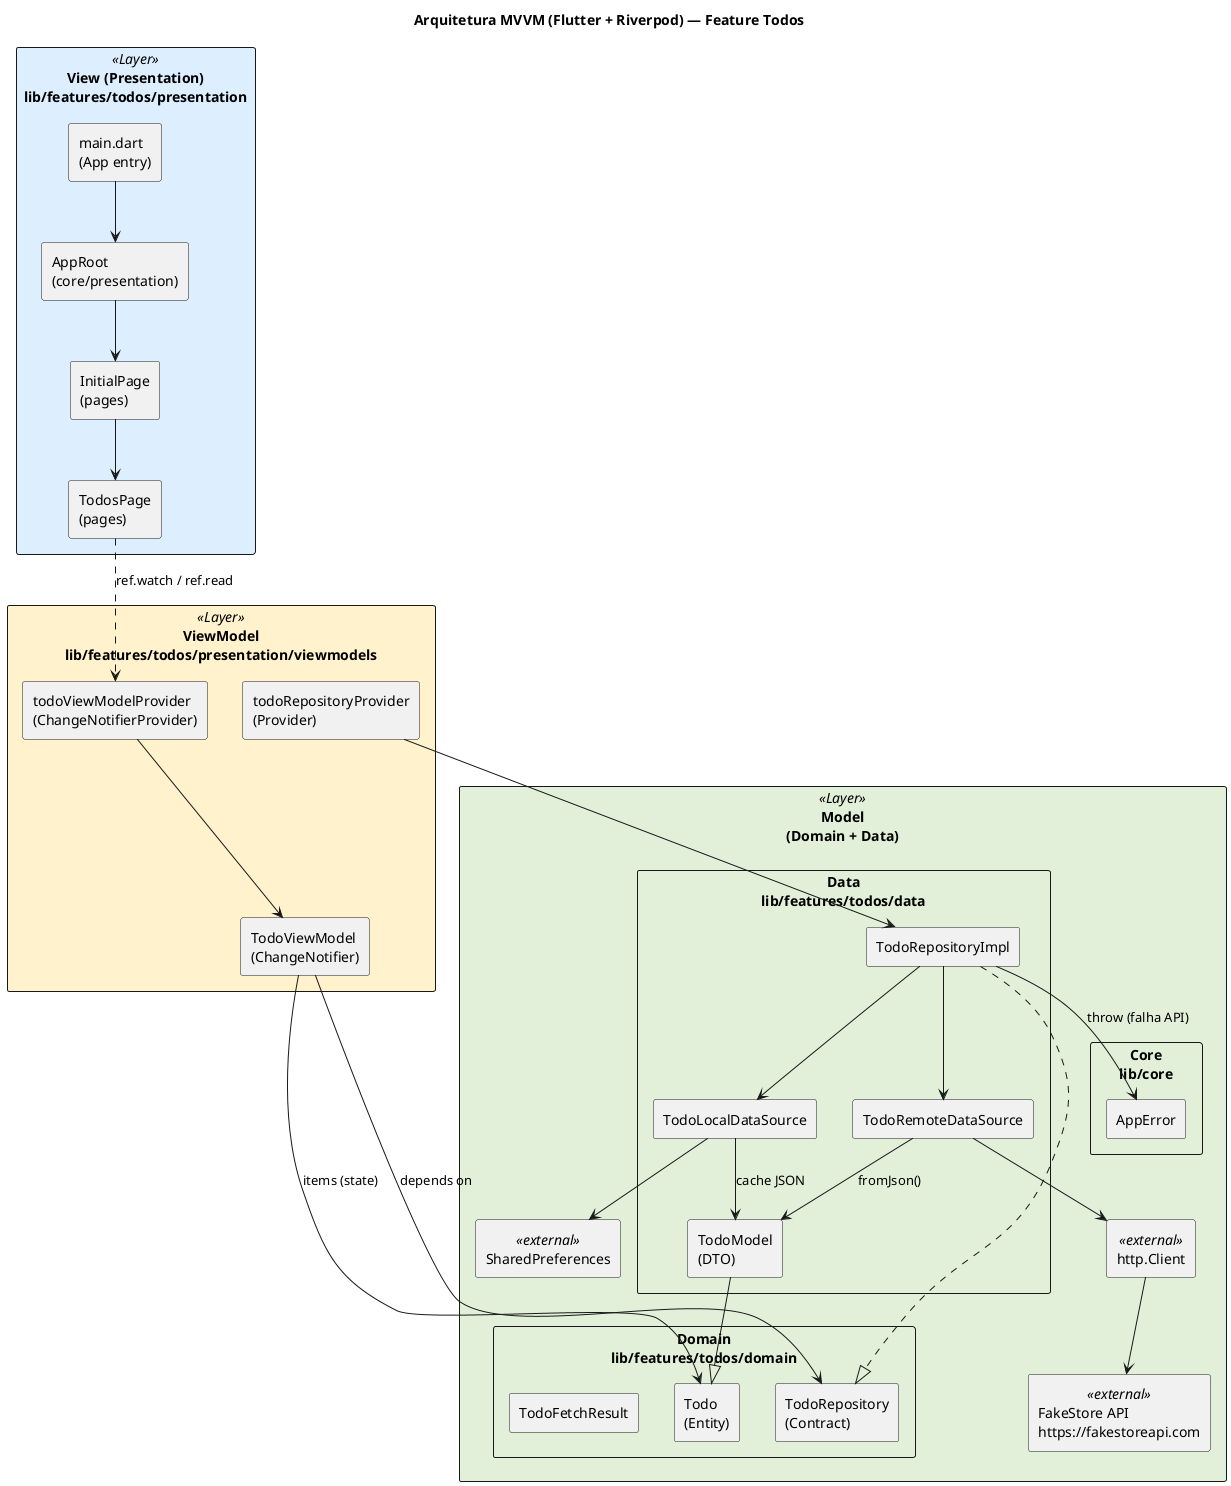
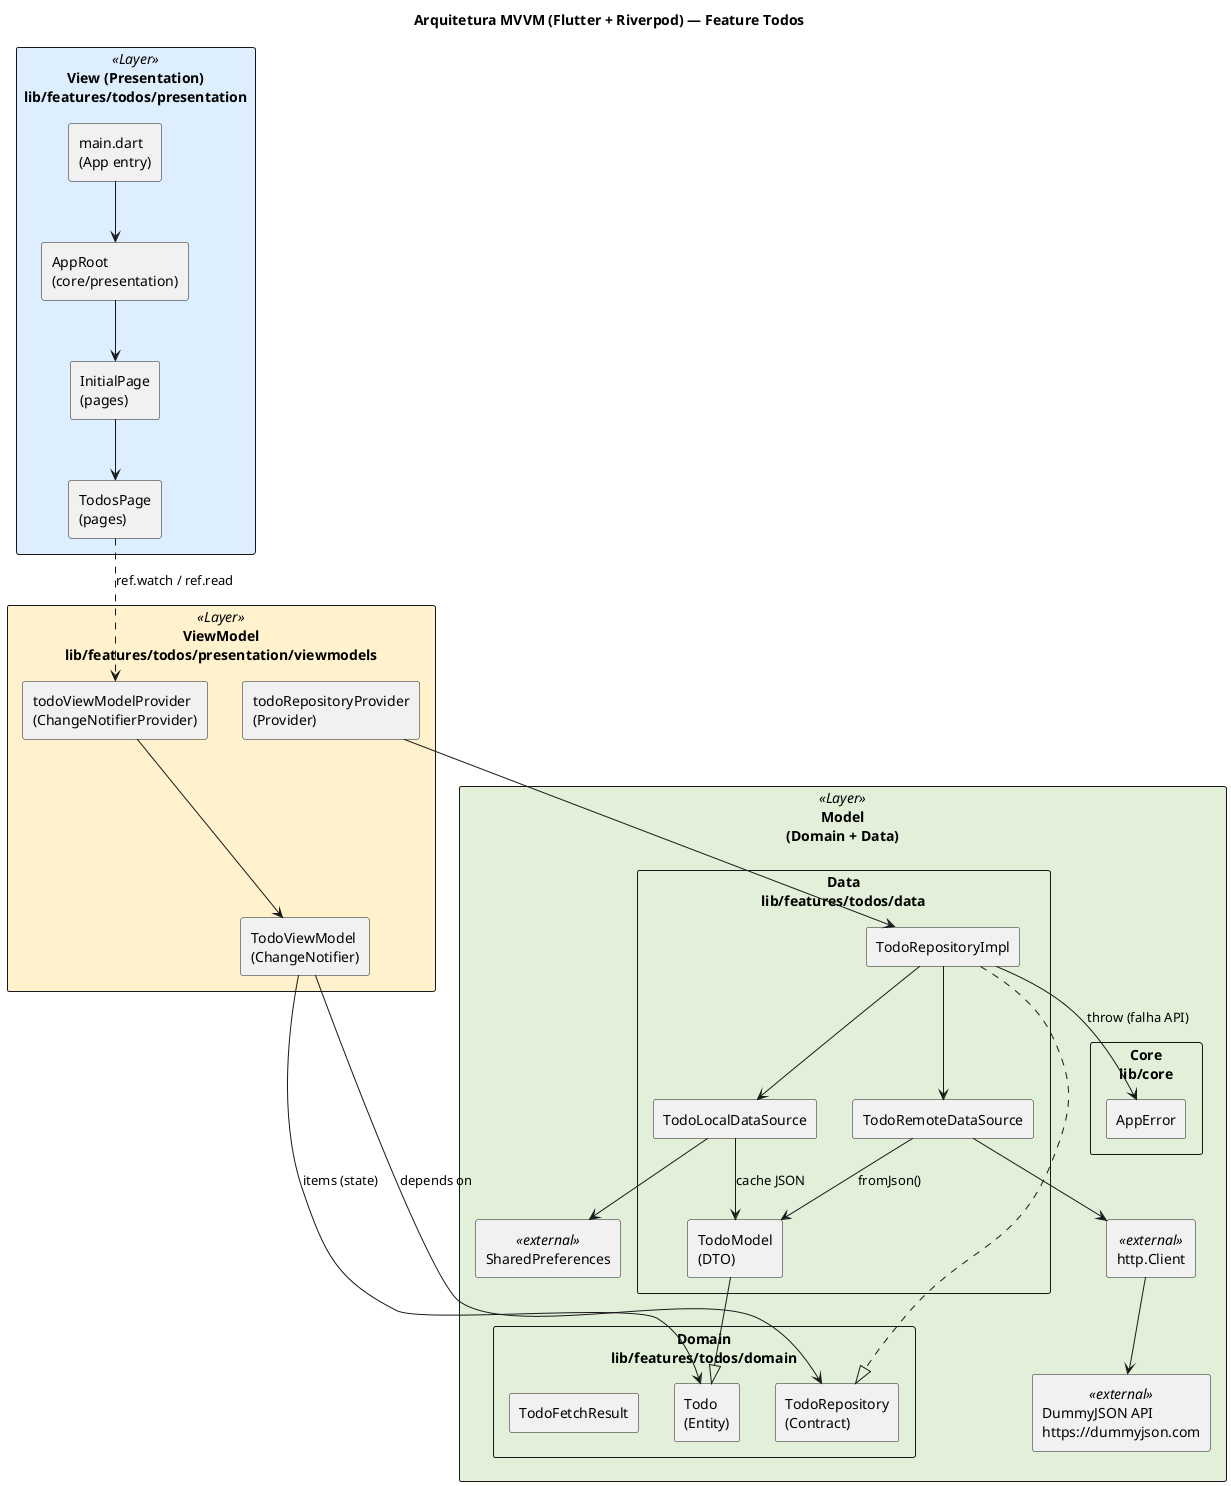
@startuml
title Arquitetura MVVM (Flutter + Riverpod) — Feature Todos
skinparam componentStyle rectangle
skinparam packageStyle rectangle
skinparam shadowing false

package "View (Presentation)\nlib/features/todos/presentation" <<Layer>> #DDEEFF {
  [main.dart\n(App entry)] as Main
  [AppRoot\n(core/presentation)] as AppRoot
  [InitialPage\n(pages)] as InitialPage
  [TodosPage\n(pages)] as TodosPage
}

package "ViewModel\nlib/features/todos/presentation/viewmodels" <<Layer>> #FFF2CC {
  [todoViewModelProvider\n(ChangeNotifierProvider)] as TodoVMProvider
  [todoRepositoryProvider\n(Provider)] as TodoRepoProvider
  [TodoViewModel\n(ChangeNotifier)] as TodoVM
}

package "Model\n(Domain + Data)" <<Layer>> #E2F0D9 {
  package "Domain\nlib/features/todos/domain" {
    [Todo\n(Entity)] as TodoEntity
    [TodoRepository\n(Contract)] as TodoRepo
    [TodoFetchResult] as TodoFetchResult
  }

  package "Data\nlib/features/todos/data" {
    [TodoRepositoryImpl] as TodoRepoImpl
    [TodoRemoteDataSource] as RemoteDS
    [TodoLocalDataSource] as LocalDS
    [TodoModel\n(DTO)] as TodoModel
  }

  package "Core\nlib/core" {
    [AppError] as AppError
  }

  [http.Client] <<external>> as Http
  [SharedPreferences] <<external>> as SharedPrefs
-   [FakeStore API\nhttps://fakestoreapi.com] <<external>> as Api
+   [DummyJSON API\nhttps://dummyjson.com] <<external>> as Api
}

Main --> AppRoot
AppRoot --> InitialPage
InitialPage --> TodosPage
TodosPage ..> TodoVMProvider : ref.watch / ref.read

TodoVMProvider --> TodoVM
TodoVM --> TodoRepo : depends on

TodoRepoProvider --> TodoRepoImpl
TodoRepoImpl ..|> TodoRepo

TodoRepoImpl --> RemoteDS
TodoRepoImpl --> LocalDS

RemoteDS --> Http
Http --> Api

LocalDS --> SharedPrefs

RemoteDS --> TodoModel : fromJson()
LocalDS --> TodoModel : cache JSON
TodoModel --|> TodoEntity

TodoVM --> TodoEntity : items (state)
TodoRepoImpl --> AppError : throw (falha API)

- @enduml+ @enduml
